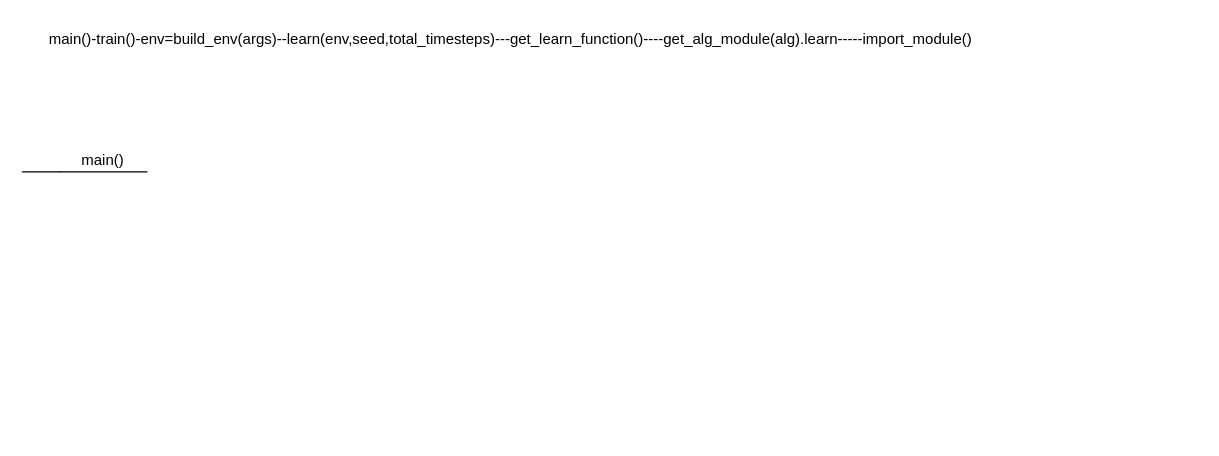
Above: page "draft" (2 of 2) of result/openai_robotics.drawio in huangjiancong1/gym_env_robotics (draw.io), before the change. Source tidied: cells renumbered, new cells numbered last; positions are measured from the earlier drawing's top-left corner, leaving out a move shared by most shapes. Both pictures are drawn from the tidied source at 125%, with x=0, y=0 at pixel (21, 21).
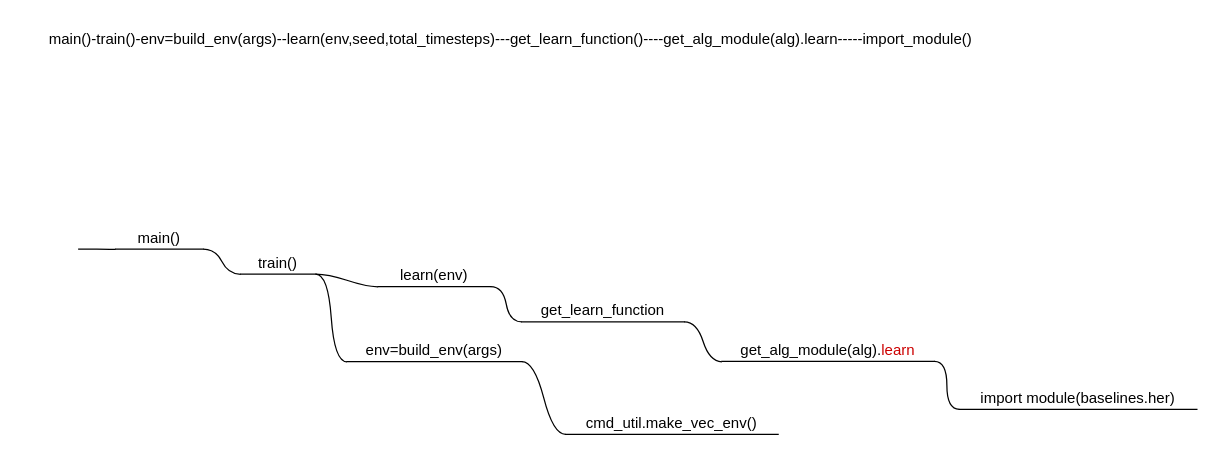
The same page after the edit.

What changed in the source:
```diff
@@
 <mxGraphModel>
   <root>
     <mxCell id="0" />
     <mxCell id="1" parent="0" />
     <mxCell id="2" value="main()-train()-env=build_env(args)--learn(env,seed,total_timesteps)---get_learn_function()----get_alg_module(alg).learn-----import_module()" style="text;html=1;" parent="1" vertex="1">
       <mxGeometry x="20" width="760" height="30" as="geometry" />
     </mxCell>
     <mxCell id="3" value="main()" style="whiteSpace=wrap;html=1;shape=partialRectangle;top=0;left=0;bottom=1;right=0;points=[[0,1],[1,1]];strokeColor=#000000;fillColor=none;align=center;verticalAlign=bottom;routingCenterY=0.5;snapToPoint=1;" parent="1" vertex="1">
-      <mxGeometry x="30" y="100" width="70" height="20" as="geometry" />
+      <mxGeometry x="75" y="161.7" width="70" height="20" as="geometry" />
     </mxCell>
     <mxCell id="4" style="edgeStyle=entityRelationEdgeStyle;startArrow=none;endArrow=none;segment=10;curved=1;" parent="1" edge="1" target="3">
       <mxGeometry relative="1" as="geometry">
-        <mxPoint y="120" as="sourcePoint" />
+        <mxPoint x="45" y="181.7" as="sourcePoint" />
       </mxGeometry>
     </mxCell>
+    <mxCell id="5" value="train()" style="whiteSpace=wrap;html=1;shape=partialRectangle;top=0;left=0;bottom=1;right=0;points=[[0,1],[1,1]];strokeColor=#000000;fillColor=none;align=center;verticalAlign=bottom;routingCenterY=0.5;snapToPoint=1;" parent="1" vertex="1">
+      <mxGeometry x="175" y="181.7" width="60" height="20" as="geometry" />
+    </mxCell>
+    <mxCell id="6" style="edgeStyle=entityRelationEdgeStyle;startArrow=none;endArrow=none;segment=10;curved=1;exitX=1;exitY=1;exitDx=0;exitDy=0;" parent="1" edge="1" source="3" target="5">
+      <mxGeometry relative="1" as="geometry" />
+    </mxCell>
+    <mxCell id="7" value="env=build_env(args)" style="whiteSpace=wrap;html=1;shape=partialRectangle;top=0;left=0;bottom=1;right=0;points=[[0,1],[1,1]];strokeColor=#000000;fillColor=none;align=center;verticalAlign=bottom;routingCenterY=0.5;snapToPoint=1;" parent="1" vertex="1">
+      <mxGeometry x="260" y="251.7" width="140" height="20" as="geometry" />
+    </mxCell>
+    <mxCell id="8" style="edgeStyle=entityRelationEdgeStyle;startArrow=none;endArrow=none;segment=10;curved=1;exitX=1;exitY=1;exitDx=0;exitDy=0;" parent="1" edge="1" source="5" target="7">
+      <mxGeometry relative="1" as="geometry" />
+    </mxCell>
+    <mxCell id="9" value="learn(env)" style="whiteSpace=wrap;html=1;shape=partialRectangle;top=0;left=0;bottom=1;right=0;points=[[0,1],[1,1]];strokeColor=#000000;fillColor=none;align=center;verticalAlign=bottom;routingCenterY=0.5;snapToPoint=1;" parent="1" vertex="1">
+      <mxGeometry x="285" y="191.7" width="90" height="20" as="geometry" />
+    </mxCell>
+    <mxCell id="10" style="edgeStyle=entityRelationEdgeStyle;startArrow=none;endArrow=none;segment=10;curved=1;exitX=1;exitY=1;exitDx=0;exitDy=0;" parent="1" edge="1" source="5" target="9">
+      <mxGeometry relative="1" as="geometry" />
+    </mxCell>
+    <mxCell id="11" value="get_learn_function" style="whiteSpace=wrap;html=1;shape=partialRectangle;top=0;left=0;bottom=1;right=0;points=[[0,1],[1,1]];strokeColor=#000000;fillColor=none;align=center;verticalAlign=bottom;routingCenterY=0.5;snapToPoint=1;" parent="1" vertex="1">
+      <mxGeometry x="400" y="220" width="130" height="20" as="geometry" />
+    </mxCell>
+    <mxCell id="12" style="edgeStyle=entityRelationEdgeStyle;startArrow=none;endArrow=none;segment=10;curved=1;exitX=1;exitY=1;exitDx=0;exitDy=0;" parent="1" edge="1" source="9" target="11">
+      <mxGeometry relative="1" as="geometry" />
+    </mxCell>
+    <mxCell id="13" value="get_alg_module(alg).&lt;font color=&quot;#cc0000&quot;&gt;learn&lt;/font&gt;" style="whiteSpace=wrap;html=1;shape=partialRectangle;top=0;left=0;bottom=1;right=0;points=[[0,1],[1,1]];strokeColor=#000000;fillColor=none;align=center;verticalAlign=bottom;routingCenterY=0.5;snapToPoint=1;" parent="1" vertex="1">
+      <mxGeometry x="560" y="251.5" width="170" height="20" as="geometry" />
+    </mxCell>
+    <mxCell id="14" style="edgeStyle=entityRelationEdgeStyle;startArrow=none;endArrow=none;segment=10;curved=1;exitX=1;exitY=1;exitDx=0;exitDy=0;" parent="1" edge="1" source="11" target="13">
+      <mxGeometry relative="1" as="geometry" />
+    </mxCell>
+    <mxCell id="15" value="cmd_util.make_vec_env()" style="whiteSpace=wrap;html=1;shape=partialRectangle;top=0;left=0;bottom=1;right=0;points=[[0,1],[1,1]];strokeColor=#000000;fillColor=none;align=center;verticalAlign=bottom;routingCenterY=0.5;snapToPoint=1;" parent="1" vertex="1">
+      <mxGeometry x="435" y="310" width="170" height="20" as="geometry" />
+    </mxCell>
+    <mxCell id="16" style="edgeStyle=entityRelationEdgeStyle;startArrow=none;endArrow=none;segment=10;curved=1;exitX=1;exitY=1;exitDx=0;exitDy=0;" parent="1" edge="1" source="7" target="15">
+      <mxGeometry relative="1" as="geometry" />
+    </mxCell>
+    <mxCell id="17" value="import module(baselines.her)" style="whiteSpace=wrap;html=1;shape=partialRectangle;top=0;left=0;bottom=1;right=0;points=[[0,1],[1,1]];strokeColor=#000000;fillColor=none;align=center;verticalAlign=bottom;routingCenterY=0.5;snapToPoint=1;" parent="1" vertex="1">
+      <mxGeometry x="750" y="290" width="190" height="20" as="geometry" />
+    </mxCell>
+    <mxCell id="18" style="edgeStyle=entityRelationEdgeStyle;startArrow=none;endArrow=none;segment=10;curved=1;exitX=1;exitY=1;exitDx=0;exitDy=0;" parent="1" edge="1" source="13" target="17">
+      <mxGeometry relative="1" as="geometry" />
+    </mxCell>
   </root>
 </mxGraphModel>
```
